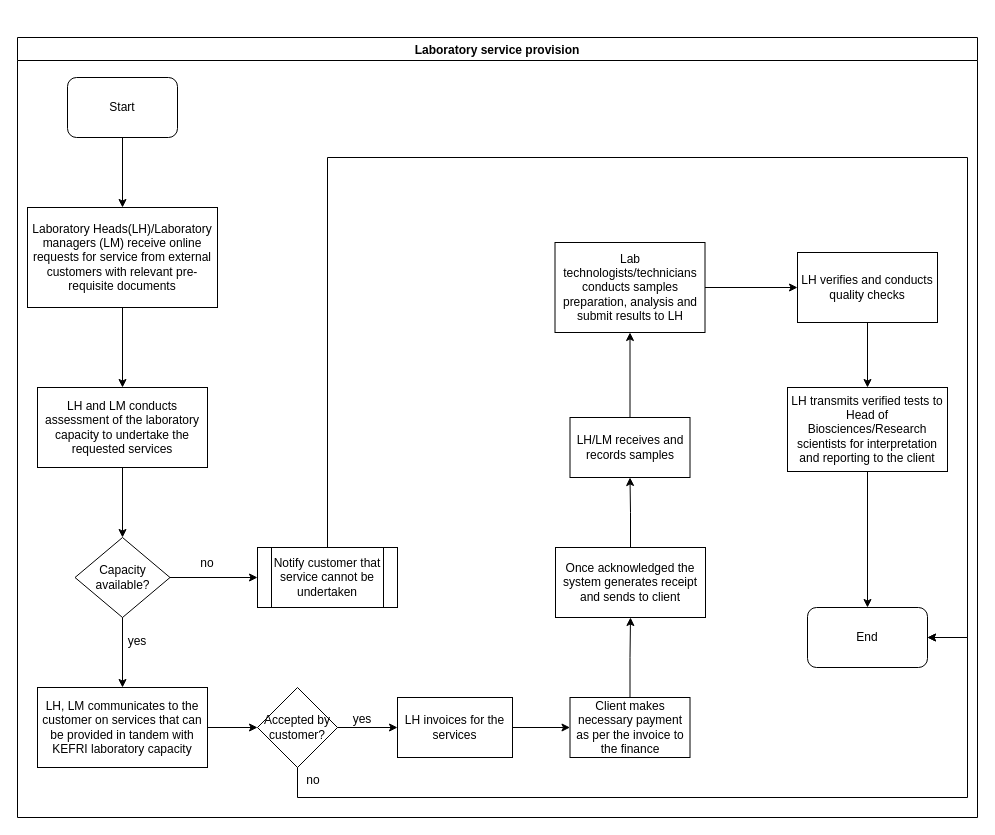
Earlier version of the draw.io diagram KEFRI-R&D-Laboratory service Provision-From External.drawio (kmagua/flowcharts). Source tidied: cells renumbered, new cells numbered last; positions are measured from the earlier drawing's top-left corner, leaving out a move shared by most shapes. Both pictures are drawn from the tidied source at 100%, with x=0, y=0 at pixel (17, 37).
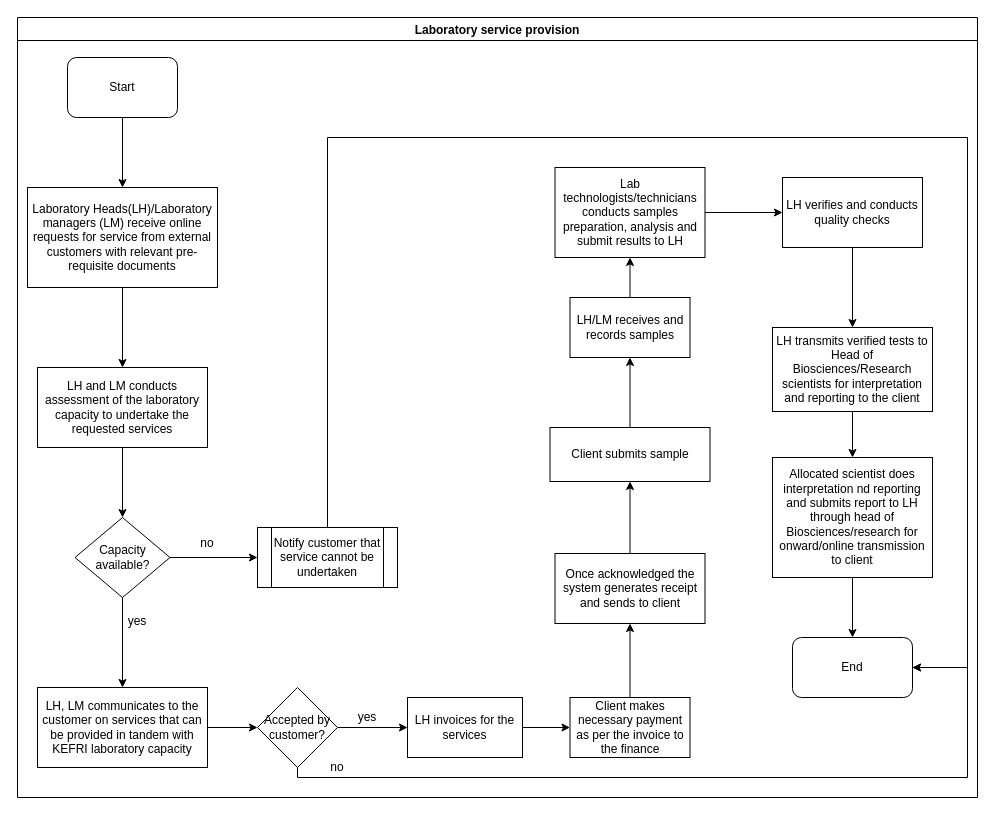
The same diagram, later.

Unchanged cells that the change refers to:
```xml
<mxCell id="11" value="Notify customer that service cannot be undertaken" style="shape=process;whiteSpace=wrap;html=1;backgroundOutline=1;" parent="2" vertex="1">
  <mxGeometry x="240" y="510" width="140" height="60" as="geometry" />
</mxCell>
```

What changed in the source:
```diff
@@
     <mxCell id="2" value="Laboratory service provision" style="swimlane;" parent="1" vertex="1">
-      <mxGeometry width="960" height="780" as="geometry" />
+      <mxGeometry y="-20" width="960" height="780" as="geometry" />
     </mxCell>
@@
     <mxCell id="13" value="LH verifies and conducts quality checks" style="whiteSpace=wrap;html=1;rounded=0;" parent="2" vertex="1">
-      <mxGeometry x="780" y="215" width="140" height="70" as="geometry" />
+      <mxGeometry x="765" y="160" width="140" height="70" as="geometry" />
     </mxCell>
@@
     <mxCell id="15" value="LH transmits verified tests to Head of Biosciences/Research scientists for interpretation and reporting to the client" style="whiteSpace=wrap;html=1;rounded=0;" parent="2" vertex="1">
-      <mxGeometry x="770" y="350" width="160" height="84" as="geometry" />
+      <mxGeometry x="755" y="310" width="160" height="84" as="geometry" />
     </mxCell>
@@
     <mxCell id="17" value="End" style="rounded=1;whiteSpace=wrap;html=1;" parent="2" vertex="1">
-      <mxGeometry x="790" y="570" width="120" height="60" as="geometry" />
+      <mxGeometry x="775" y="620" width="120" height="60" as="geometry" />
     </mxCell>
-    <mxCell id="18" style="edgeStyle=orthogonalEdgeStyle;rounded=0;jettySize=auto;html=1;entryX=0.5;entryY=0;entryDx=0;entryDy=0;" parent="2" edge="1" source="15" target="17">
-      <mxGeometry relative="1" as="geometry" />
-    </mxCell>
@@
     <mxCell id="20" style="edgeStyle=orthogonalEdgeStyle;rounded=0;jettySize=auto;html=1;entryX=1;entryY=0.5;entryDx=0;entryDy=0;" parent="2" edge="1" source="11" target="17">
       <mxGeometry relative="1" as="geometry">
         <Array as="points">
           <mxPoint x="310" y="120" />
           <mxPoint x="950" y="120" />
-          <mxPoint x="950" y="600" />
+          <mxPoint x="950" y="650" />
         </Array>
       </mxGeometry>
     </mxCell>
     <mxCell id="21" value="LH invoices for the services" style="whiteSpace=wrap;html=1;rounded=0;" parent="2" vertex="1">
-      <mxGeometry x="380" y="660" width="115" height="60" as="geometry" />
+      <mxGeometry x="390" y="680" width="115" height="60" as="geometry" />
     </mxCell>
     <mxCell id="22" value="&lt;div&gt;Accepted by&lt;/div&gt;&lt;div&gt;customer?&lt;br&gt;&lt;/div&gt;" style="rhombus;whiteSpace=wrap;html=1;rounded=0;" parent="2" vertex="1">
-      <mxGeometry x="240" y="650" width="80" height="80" as="geometry" />
+      <mxGeometry x="240" y="670" width="80" height="80" as="geometry" />
     </mxCell>
     <mxCell id="23" value="Lab technologists/technicians conducts samples preparation, analysis and submit results to LH" style="whiteSpace=wrap;html=1;rounded=0;" parent="2" vertex="1">
-      <mxGeometry x="537.5" y="205" width="150" height="90" as="geometry" />
+      <mxGeometry x="537.5" y="150" width="150" height="90" as="geometry" />
     </mxCell>
@@
     <mxCell id="25" value="Client makes necessary payment as per the invoice to the finance" style="whiteSpace=wrap;html=1;rounded=0;" parent="2" vertex="1">
-      <mxGeometry x="552.5" y="660" width="120" height="60" as="geometry" />
+      <mxGeometry x="552.5" y="680" width="120" height="60" as="geometry" />
     </mxCell>
     <mxCell id="26" value="Once acknowledged the system generates receipt and sends to client" style="whiteSpace=wrap;html=1;rounded=0;" parent="2" vertex="1">
-      <mxGeometry x="538" y="510" width="150" height="70" as="geometry" />
+      <mxGeometry x="537.5" y="536" width="150" height="70" as="geometry" />
     </mxCell>
@@
-    <mxCell id="28" style="edgeStyle=orthogonalEdgeStyle;rounded=0;jettySize=auto;html=1;" parent="2" edge="1" source="29" target="23">
+    <mxCell id="28" style="edgeStyle=orthogonalEdgeStyle;rounded=0;jettySize=auto;html=1;exitX=0.5;exitY=0;exitDx=0;exitDy=0;" parent="2" edge="1" source="38" target="23">
       <mxGeometry relative="1" as="geometry" />
     </mxCell>
-    <mxCell id="29" value="LH/LM receives and records samples" style="whiteSpace=wrap;html=1;rounded=0;" parent="2" vertex="1">
-      <mxGeometry x="552.5" y="380" width="120" height="60" as="geometry" />
+    <mxCell id="29" value="Client submits sample" style="whiteSpace=wrap;html=1;rounded=0;" parent="2" vertex="1">
+      <mxGeometry x="532.5" y="410" width="160" height="54" as="geometry" />
     </mxCell>
@@
     <mxCell id="32" value="yes" style="text;html=1;strokeColor=none;fillColor=none;align=center;verticalAlign=middle;whiteSpace=wrap;rounded=0;" parent="2" vertex="1">
-      <mxGeometry x="325" y="672" width="40" height="20" as="geometry" />
+      <mxGeometry x="330" y="690" width="40" height="20" as="geometry" />
     </mxCell>
     <mxCell id="33" style="edgeStyle=orthogonalEdgeStyle;rounded=0;jettySize=auto;html=1;entryX=1;entryY=0.5;entryDx=0;entryDy=0;" parent="2" edge="1" source="22" target="17">
       <mxGeometry relative="1" as="geometry">
         <Array as="points">
           <mxPoint x="280" y="760" />
           <mxPoint x="950" y="760" />
-          <mxPoint x="950" y="600" />
+          <mxPoint x="950" y="650" />
         </Array>
       </mxGeometry>
     </mxCell>
+    <mxCell id="38" value="LH/LM receives and records samples" style="whiteSpace=wrap;html=1;rounded=0;" parent="2" vertex="1">
+      <mxGeometry x="552.5" y="280" width="120" height="60" as="geometry" />
+    </mxCell>
+    <mxCell id="39" style="edgeStyle=orthogonalEdgeStyle;rounded=0;jettySize=auto;html=1;" parent="2" edge="1" source="29" target="38">
+      <mxGeometry relative="1" as="geometry" />
+    </mxCell>
+    <mxCell id="40" value="Allocated scientist does interpretation nd reporting and submits report to LH through head of Biosciences/research for onward/online transmission to client" style="whiteSpace=wrap;html=1;rounded=0;" parent="2" vertex="1">
+      <mxGeometry x="755" y="440" width="160" height="120" as="geometry" />
+    </mxCell>
+    <mxCell id="41" style="edgeStyle=orthogonalEdgeStyle;rounded=0;jettySize=auto;html=1;" parent="2" edge="1" source="15" target="40">
+      <mxGeometry relative="1" as="geometry" />
+    </mxCell>
+    <mxCell id="42" style="edgeStyle=orthogonalEdgeStyle;rounded=0;jettySize=auto;html=1;entryX=0.5;entryY=0;entryDx=0;entryDy=0;" parent="2" edge="1" source="40" target="17">
+      <mxGeometry relative="1" as="geometry" />
+    </mxCell>
@@
     <mxCell id="37" value="no" style="text;html=1;strokeColor=none;fillColor=none;align=center;verticalAlign=middle;whiteSpace=wrap;rounded=0;" parent="1" vertex="1">
-      <mxGeometry x="276" y="733" width="40" height="20" as="geometry" />
+      <mxGeometry x="300" y="720" width="40" height="20" as="geometry" />
     </mxCell>
```
